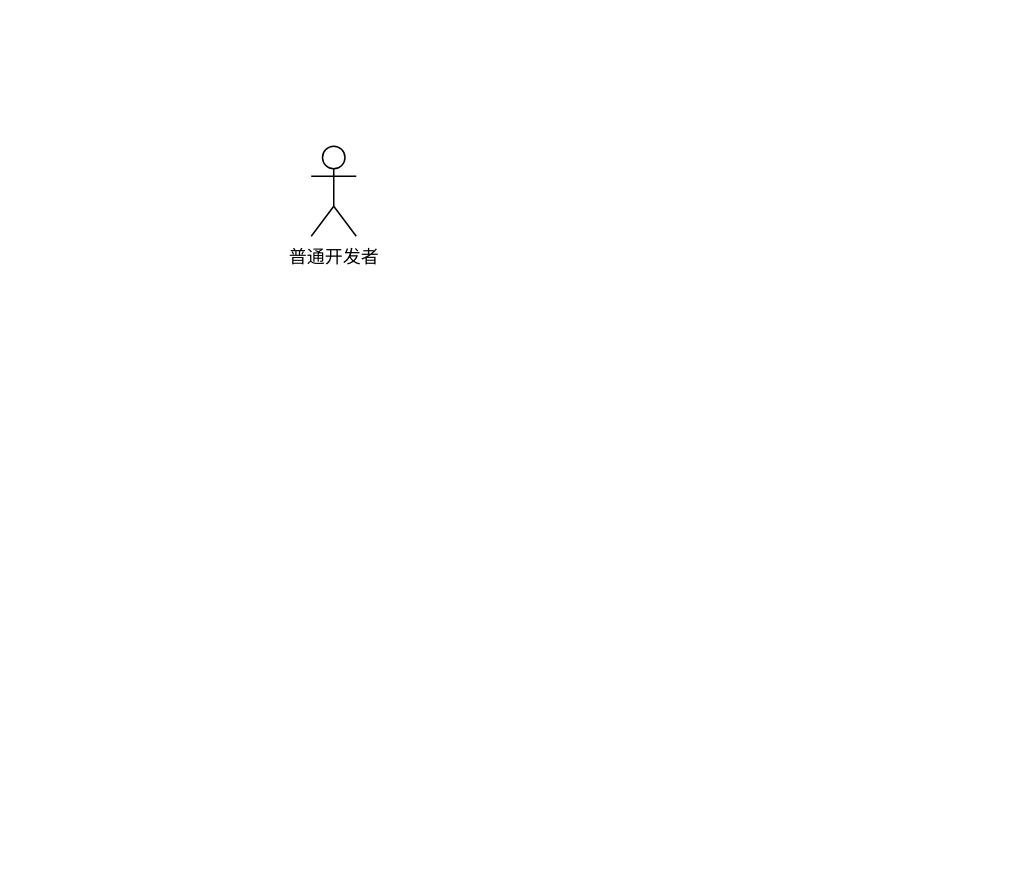
foreignbill/drawio keeps this draw.io diagram as 开发过程图.drawio. Above is the earlier version. Source tidied: cells renumbered, new cells numbered last; positions are measured from the earlier drawing's top-left corner, leaving out a move shared by most shapes. Both pictures are drawn from the tidied source at 150%, with x=0, y=0 at pixel (310, 146).
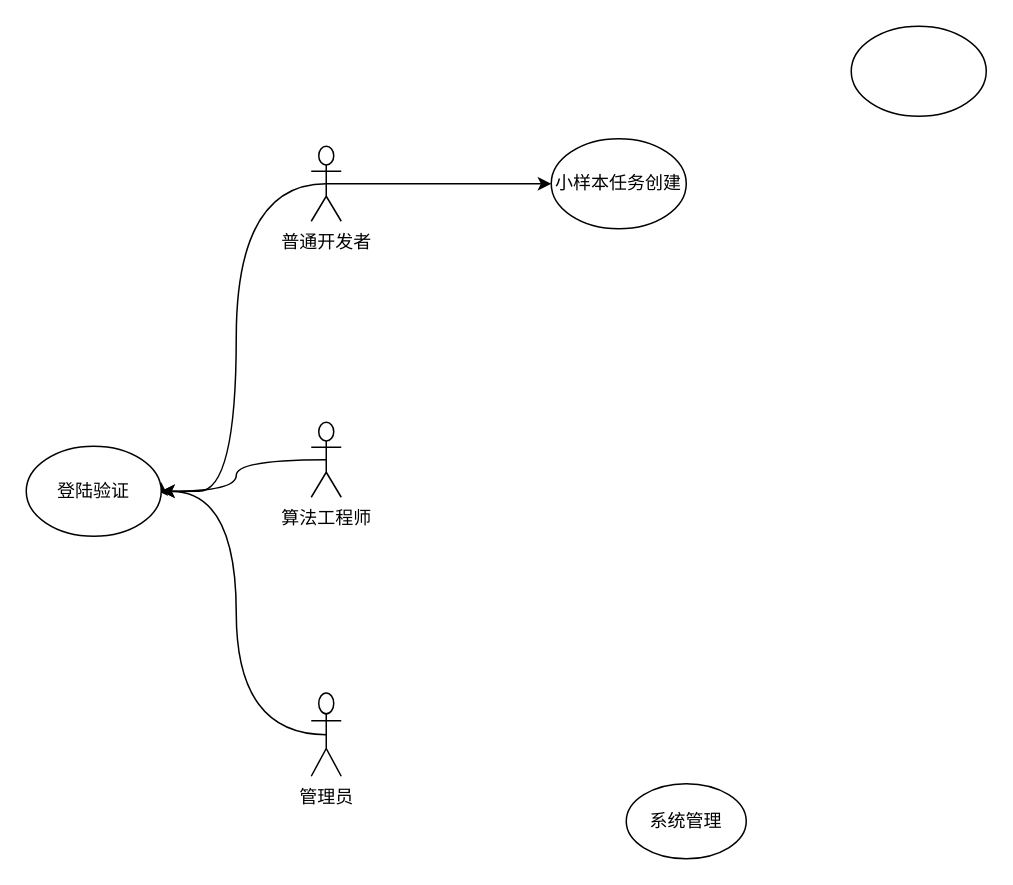
Above is the later version.

Commit message (it also covers changes not shown here):
更新开发过程图.drawio

Change to the diagram source:
```diff
@@
 <mxGraphModel>
   <root>
     <mxCell id="0" />
     <mxCell id="1" parent="0" />
+    <mxCell id="3" style="edgeStyle=orthogonalEdgeStyle;rounded=0;jettySize=auto;html=1;exitX=0.5;exitY=0.5;exitDx=0;exitDy=0;exitPerimeter=0;entryX=0;entryY=0.5;entryDx=0;entryDy=0;curved=1;" parent="1" edge="1" source="2" target="10">
+      <mxGeometry relative="1" as="geometry" />
+    </mxCell>
+    <mxCell id="4" style="edgeStyle=orthogonalEdgeStyle;rounded=0;jettySize=auto;html=1;exitX=0.5;exitY=0.5;exitDx=0;exitDy=0;exitPerimeter=0;entryX=1;entryY=0.4;entryDx=0;entryDy=0;entryPerimeter=0;curved=1;" parent="1" edge="1" source="2" target="12">
+      <mxGeometry relative="1" as="geometry">
+        <Array as="points">
+          <mxPoint x="-50" y="25" />
+          <mxPoint x="-50" y="230" />
+          <mxPoint x="-100" y="230" />
+        </Array>
+      </mxGeometry>
+    </mxCell>
     <mxCell id="2" value="普通开发者" style="shape=umlActor;verticalLabelPosition=bottom;verticalAlign=top;html=1;outlineConnect=0;" parent="1" vertex="1">
-      <mxGeometry width="30" height="60" as="geometry" />
+      <mxGeometry width="20" height="50" as="geometry" />
     </mxCell>
+    <mxCell id="5" style="edgeStyle=orthogonalEdgeStyle;rounded=0;jettySize=auto;html=1;exitX=0.5;exitY=0.5;exitDx=0;exitDy=0;exitPerimeter=0;entryX=1;entryY=0.5;entryDx=0;entryDy=0;curved=1;" parent="1" edge="1" source="6" target="12">
+      <mxGeometry relative="1" as="geometry" />
+    </mxCell>
+    <mxCell id="6" value="算法工程师" style="shape=umlActor;verticalLabelPosition=bottom;verticalAlign=top;html=1;outlineConnect=0;" parent="1" vertex="1">
+      <mxGeometry y="184" width="20" height="50" as="geometry" />
+    </mxCell>
+    <mxCell id="7" style="edgeStyle=orthogonalEdgeStyle;rounded=0;jettySize=auto;html=1;exitX=0.5;exitY=0.5;exitDx=0;exitDy=0;exitPerimeter=0;curved=1;entryX=1;entryY=0.5;entryDx=0;entryDy=0;" parent="1" edge="1" source="8" target="12">
+      <mxGeometry relative="1" as="geometry" />
+    </mxCell>
+    <mxCell id="8" value="管理员" style="shape=umlActor;verticalLabelPosition=bottom;verticalAlign=top;html=1;outlineConnect=0;" parent="1" vertex="1">
+      <mxGeometry y="364.5" width="20" height="55.5" as="geometry" />
+    </mxCell>
+    <mxCell id="9" value="系统管理" style="ellipse;whiteSpace=wrap;html=1;" parent="1" vertex="1">
+      <mxGeometry x="210" y="425" width="80" height="50" as="geometry" />
+    </mxCell>
+    <mxCell id="10" value="小样本任务创建" style="ellipse;whiteSpace=wrap;html=1;" parent="1" vertex="1">
+      <mxGeometry x="160" y="-5" width="90" height="60" as="geometry" />
+    </mxCell>
+    <mxCell id="11" style="ellipse;whiteSpace=wrap;html=1;" parent="1" vertex="1">
+      <mxGeometry x="360" y="-80" width="90" height="60" as="geometry" />
+    </mxCell>
+    <mxCell id="12" value="登陆验证" style="ellipse;whiteSpace=wrap;html=1;" parent="1" vertex="1">
+      <mxGeometry x="-190" y="200" width="90" height="60" as="geometry" />
+    </mxCell>
   </root>
 </mxGraphModel>
```
